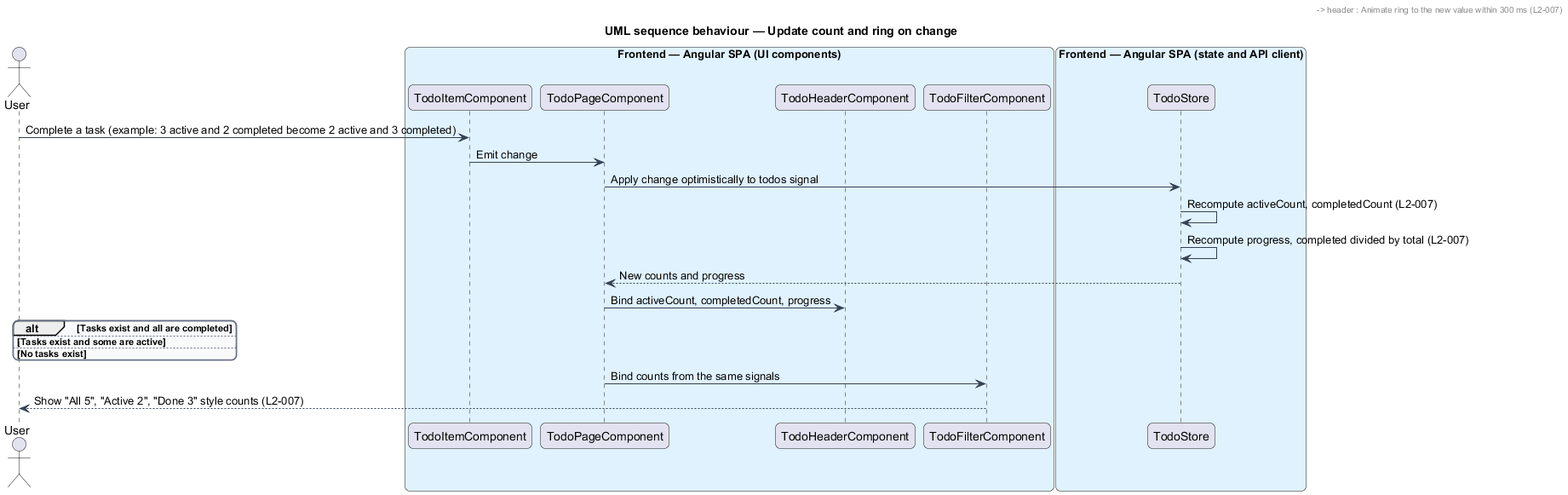
This is docs/detailed-designs/task-browsing/show-progress/diagrams/sequence-update-progress.png from QuinntyneBrown/php-todo-lab, a PlantUML export, as it was before one commit.
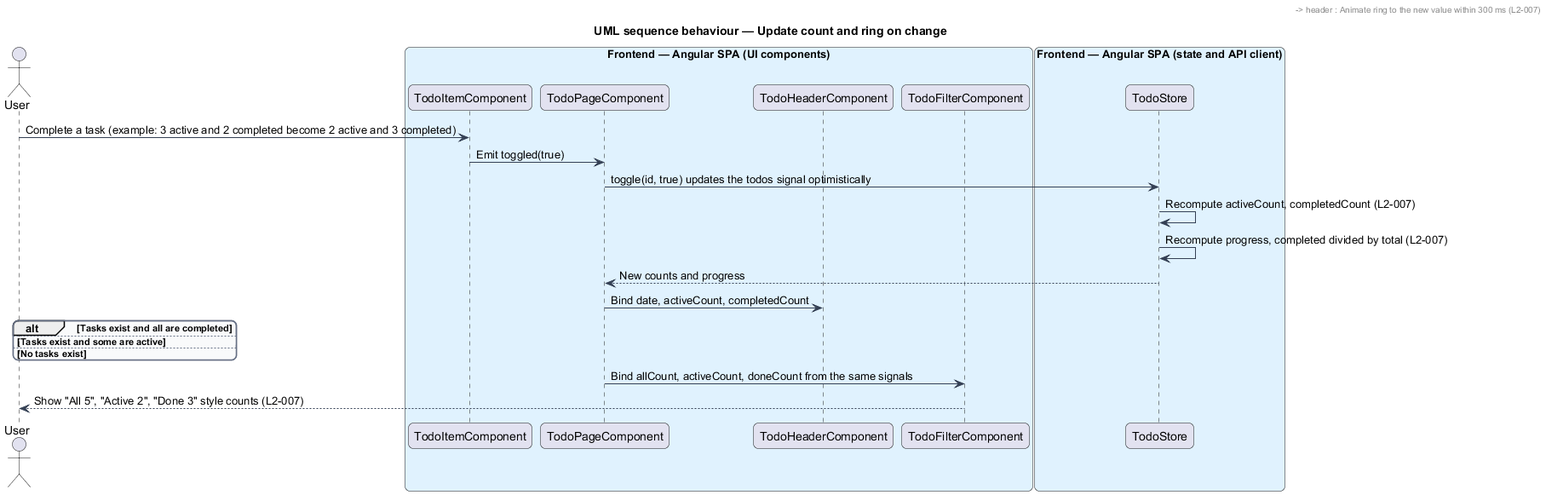
The same file after the commit.

What changed in the source:
```diff
@@ -25,12 +25,12 @@
   participant "TodoStore" as store
 end box
 user -> item : Complete a task (example: 3 active and 2 completed become 2 active and 3 completed)
-item -> page : Emit change
-page -> store : Apply change optimistically to todos signal
+item -> page : Emit toggled(true)
+page -> store : toggle(id, true) updates the todos signal optimistically
 store -> store : Recompute activeCount, completedCount (L2-007)
 store -> store : Recompute progress, completed divided by total (L2-007)
 store --> page : New counts and progress
-page -> header : Bind activeCount, completedCount, progress
+page -> header : Bind date, activeCount, completedCount
 alt Tasks exist and all are completed
   header --> user : Show "All done" instead of a number (L2-007)
 else Tasks exist and some are active
@@ -39,6 +39,6 @@
   header --> user : Show "0 left" with an empty ring (L2-007)
 end
 header -> header : Animate ring to the new value within 300 ms (L2-007)
-page -> filter : Bind counts from the same signals
+page -> filter : Bind allCount, activeCount, doneCount from the same signals
 filter --> user : Show "All 5", "Active 2", "Done 3" style counts (L2-007)
 @enduml
```
